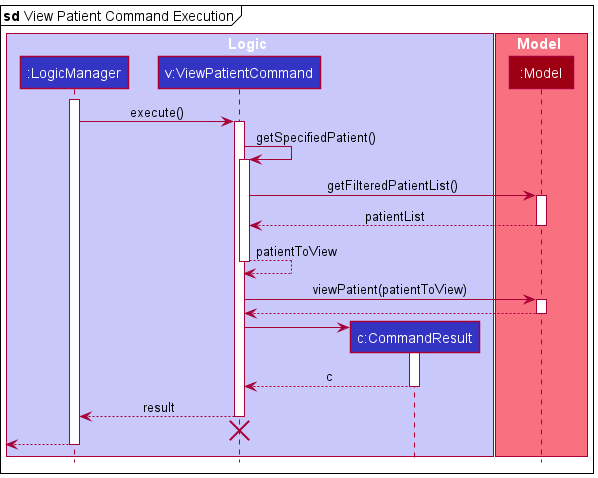
Above: docs/images/ViewPatientExecution.png in simonjulianl/tp (PlantUML), before the change.
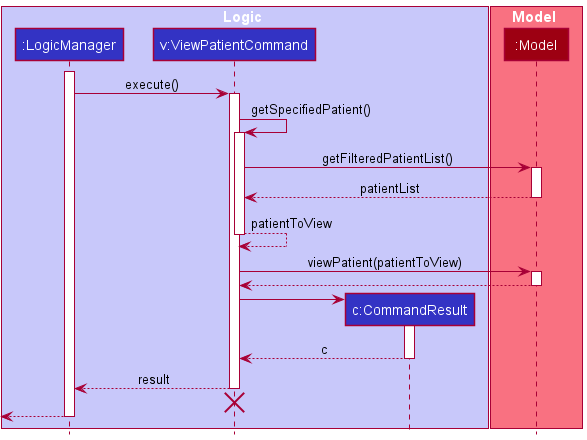
Above is the later version.

Commit message:
Add activity diagram

Diff of the diagram source:
```diff
@@ -1,6 +1,5 @@
 @startuml
 !include style.puml
-mainframe **sd** View Patient Command Execution
 
 box Logic LOGIC_COLOR_T1
 participant ":LogicManager" as LogicManager LOGIC_COLOR
```
